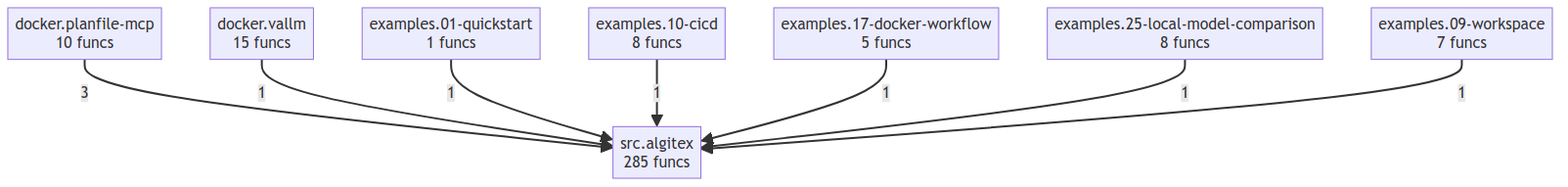
semcod/algitex keeps this Mermaid diagram as project/compact_flow.png. Above is the earlier version. Its source is kept beside it as project/compact_flow.mmd.
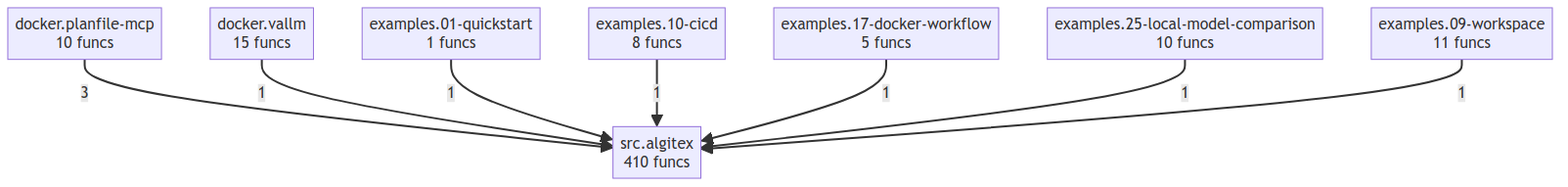
The same file after the commit.

What changed in the source:
```diff
@@ -2,11 +2,11 @@
     docker__planfile_mcp["docker.planfile-mcp<br/>10 funcs"]
     docker__vallm["docker.vallm<br/>15 funcs"]
     examples__01_quickstart["examples.01-quickstart<br/>1 funcs"]
-    examples__09_workspace["examples.09-workspace<br/>7 funcs"]
+    examples__09_workspace["examples.09-workspace<br/>11 funcs"]
     examples__10_cicd["examples.10-cicd<br/>8 funcs"]
     examples__17_docker_workflow["examples.17-docker-workflow<br/>5 funcs"]
-    examples__25_local_model_comparison["examples.25-local-model-comparison<br/>8 funcs"]
-    src__algitex["src.algitex<br/>285 funcs"]
+    examples__25_local_model_comparison["examples.25-local-model-comparison<br/>10 funcs"]
+    src__algitex["src.algitex<br/>410 funcs"]
     docker__planfile_mcp -->|3| src__algitex
     docker__vallm -->|1| src__algitex
     examples__01_quickstart -->|1| src__algitex
```
